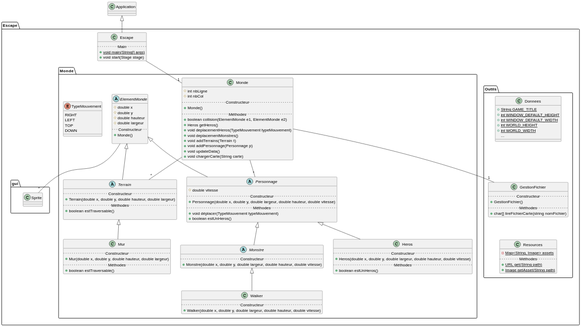
The PlantUML diagram docs/uml/class-diagram.svg in victord54/escape, before a commit.
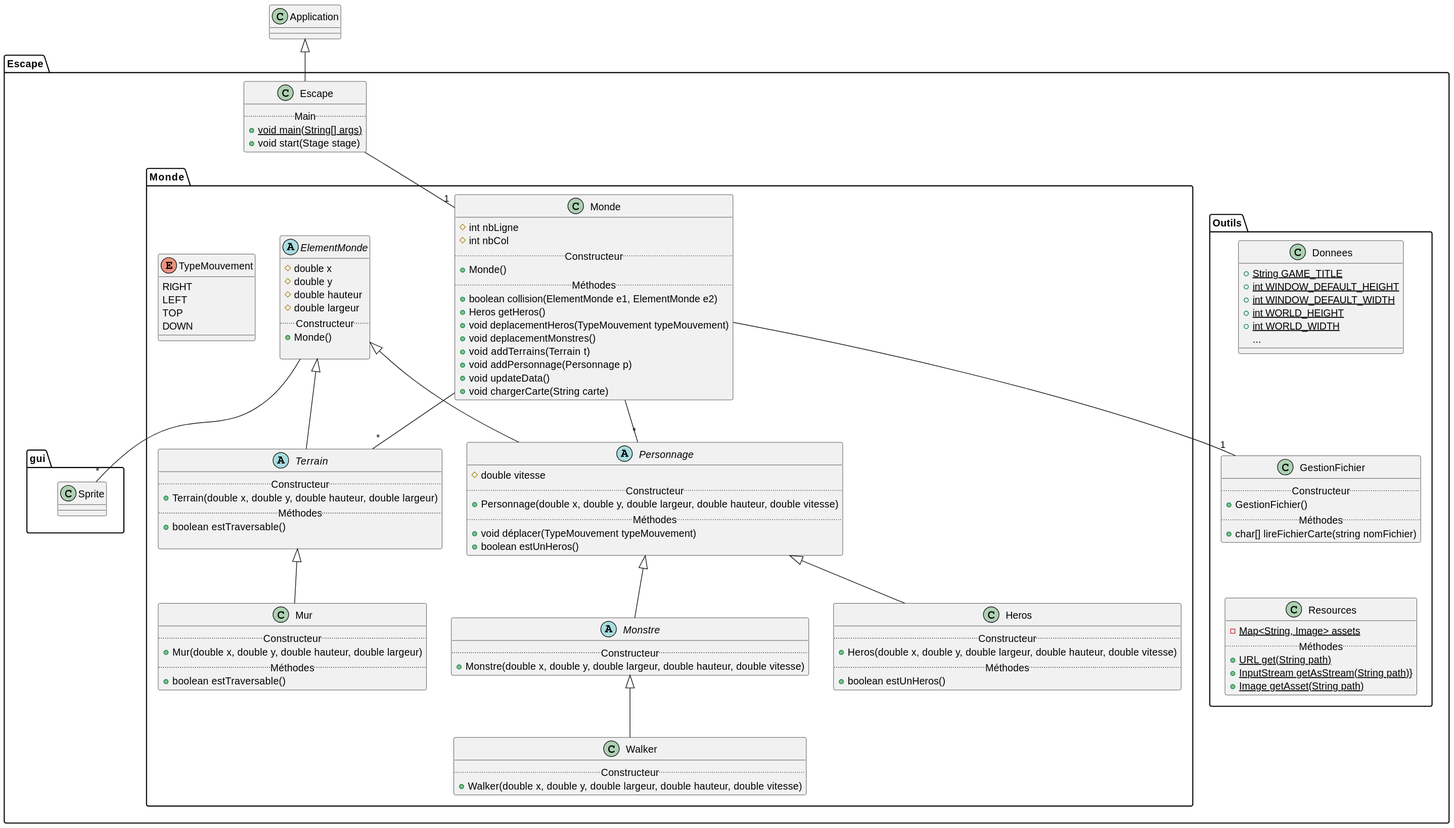
After the change.

Change to the diagram source:
```diff
@@ -104,6 +104,7 @@
         - {static} Map<String, Image> assets
         ..Méthodes..
         + {static} URL get(String path)
+        + {static} InputStream getAsStream(String path)}
         + {static} Image getAsset(String path)
     }
   }
```
